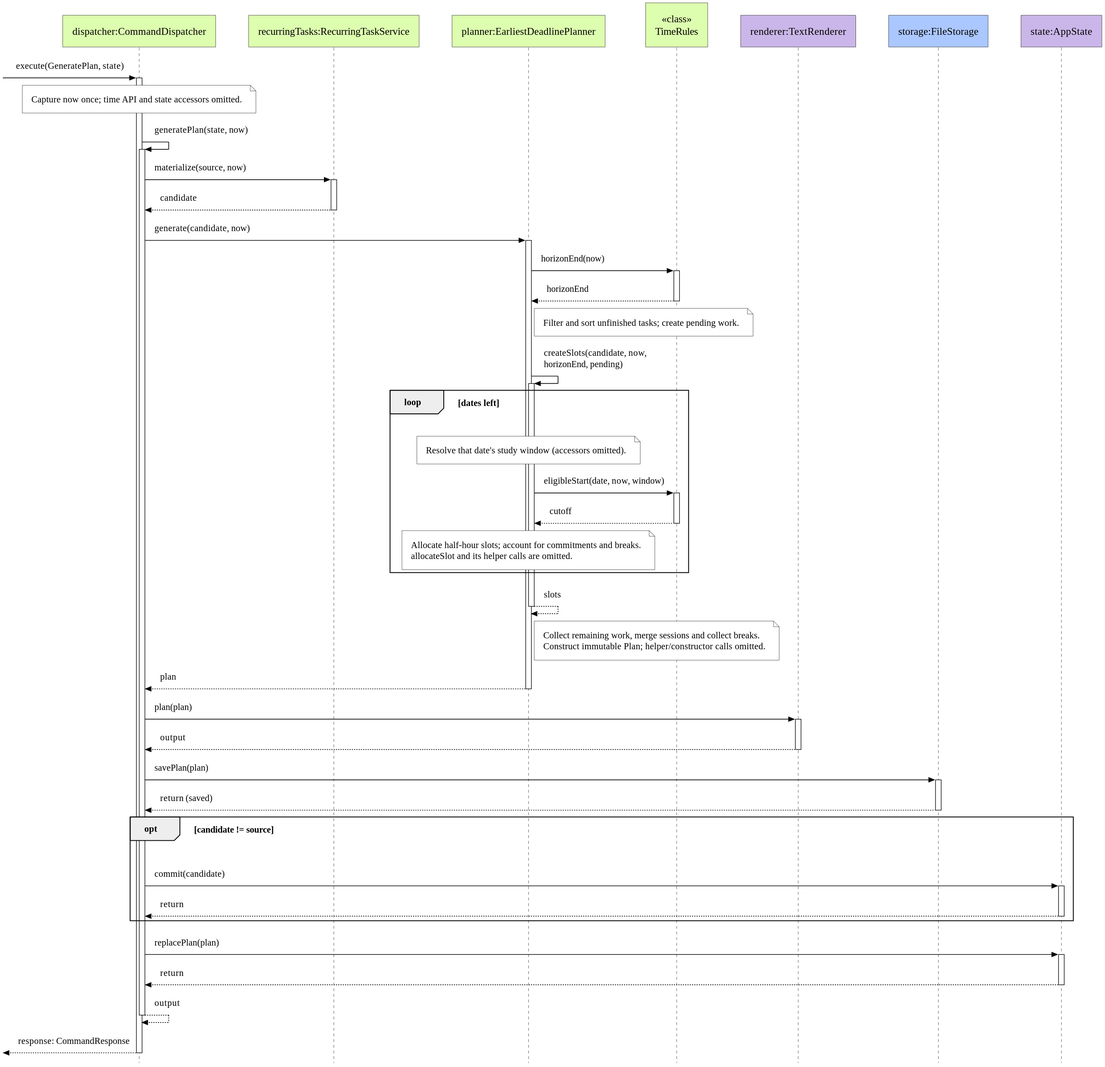
Above: docs/images/gabriel-planning-sequence.svg in AY2627S1-CS2113-T10-1/tp (PlantUML), before the change.
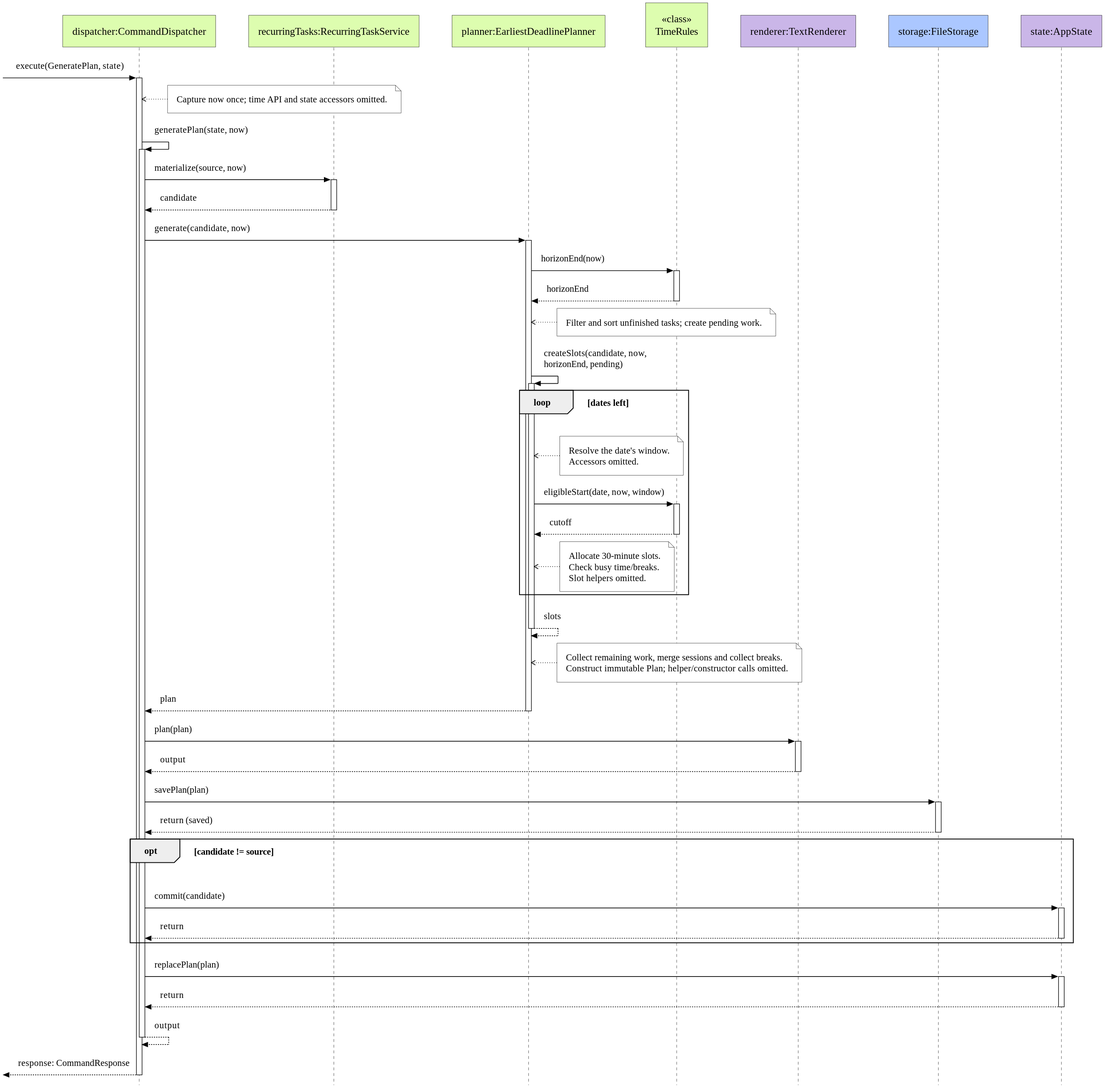
After the commit.

Diff of the diagram source:
```diff
@@ -11,7 +11,7 @@
 participant "state:AppState" as State SHELL
 
 [-> Dispatcher ++ : execute(GeneratePlan, state)
-note over Dispatcher : Capture now once; time API and state accessors omitted.
+note right of Dispatcher : Capture now once; time API and state accessors omitted.
 Dispatcher -> Dispatcher ++ : generatePlan(state, now)
 Dispatcher -> Recurrence ++ : materialize(source, now)
 Recurrence --> Dispatcher -- : candidate
@@ -21,12 +21,16 @@
 note right of Planner : Filter and sort unfinished tasks; create pending work.
 Planner -> Planner ++ : createSlots(candidate, now, horizonEnd, pending)
 loop dates left
-    note over Planner : Resolve that date's study window (accessors omitted).
+    note right of Planner
+      Resolve the date's window.
+      Accessors omitted.
+    end note
     Planner -> Rules ++ : eligibleStart(date, now, window)
     Rules --> Planner -- : cutoff
-    note over Planner
-      Allocate half-hour slots; account for commitments and breaks.
-      allocateSlot and its helper calls are omitted.
+    note right of Planner
+      Allocate 30-minute slots.
+      Check busy time/breaks.
+      Slot helpers omitted.
     end note
 end
 Planner --> Planner -- : slots
```
